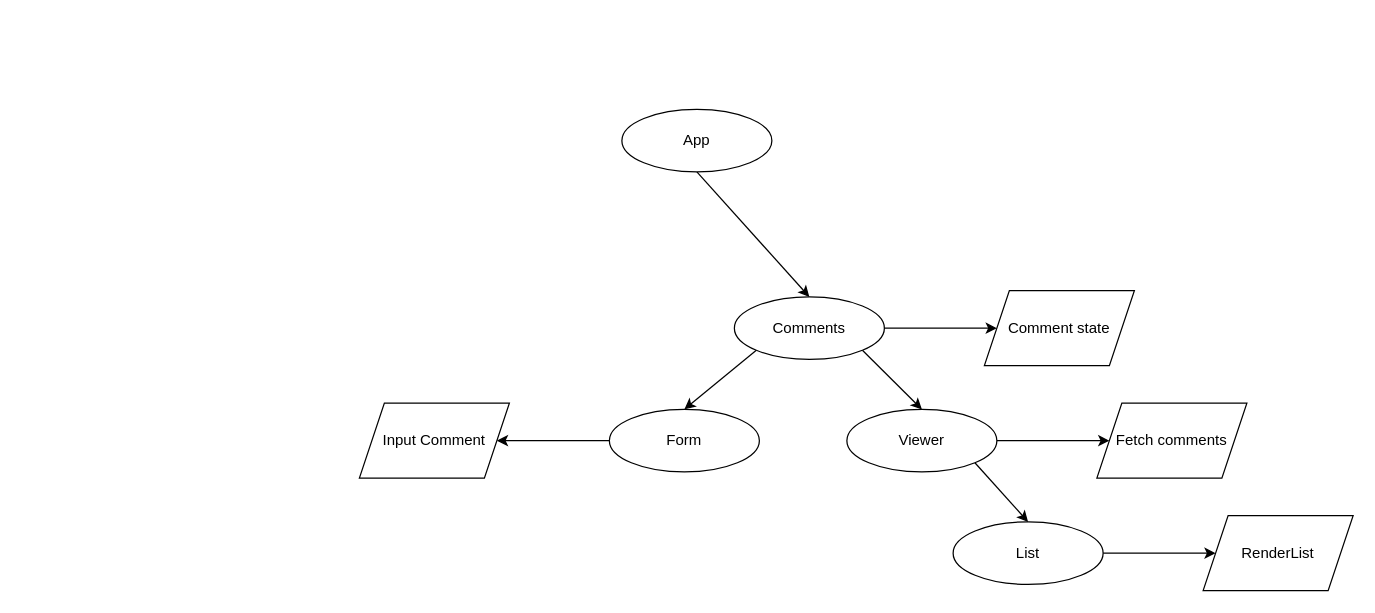
Earlier version of the draw.io diagram components.drawio (Luis0lo/My-React-Portfolio). Source tidied: cells renumbered, new cells numbered last; positions are measured from the earlier drawing's top-left corner, leaving out a move shared by most shapes. Both pictures are drawn from the tidied source at 125%, with x=0, y=0 at pixel (359, 109).
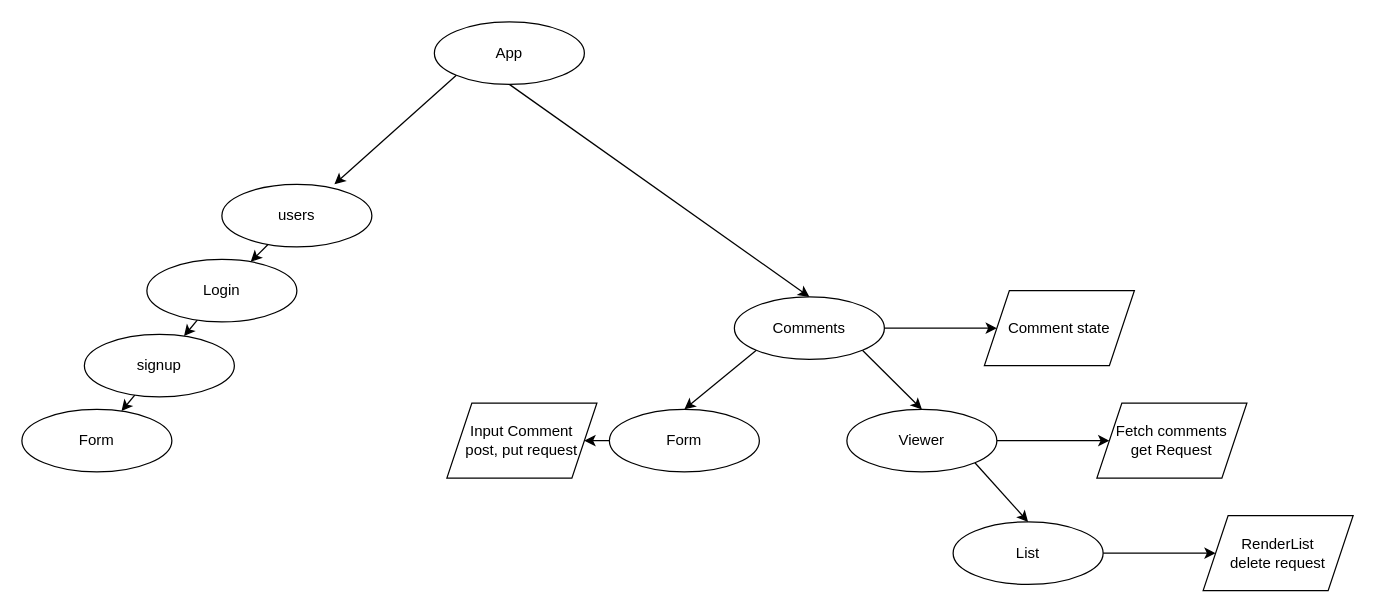
Above is the later version.

Commit message (it also covers changes not shown here):
component login plan

What changed in the source:
```diff
@@
+    <mxCell id="19" style="edgeStyle=none;html=1;exitX=0;exitY=1;exitDx=0;exitDy=0;entryX=0.75;entryY=0;entryDx=0;entryDy=0;entryPerimeter=0;" parent="1" edge="1" source="15" target="21">
+      <mxGeometry relative="1" as="geometry" />
+    </mxCell>
     <mxCell id="15" value="App" style="ellipse;whiteSpace=wrap;html=1;" parent="1" vertex="1">
-      <mxGeometry x="210" width="120" height="50" as="geometry" />
+      <mxGeometry x="60" y="-70" width="120" height="50" as="geometry" />
     </mxCell>
-    <mxCell id="16" value="RenderList" style="shape=parallelogram;perimeter=parallelogramPerimeter;whiteSpace=wrap;html=1;fixedSize=1;" parent="1" vertex="1">
+    <mxCell id="16" value="RenderList&lt;br&gt;delete request" style="shape=parallelogram;perimeter=parallelogramPerimeter;whiteSpace=wrap;html=1;fixedSize=1;" parent="1" vertex="1">
       <mxGeometry x="675" y="325" width="120" height="60" as="geometry" />
     </mxCell>
-    <mxCell id="17" value="Fetch comments" style="shape=parallelogram;perimeter=parallelogramPerimeter;whiteSpace=wrap;html=1;fixedSize=1;" parent="1" vertex="1">
+    <mxCell id="17" value="Fetch comments&lt;br&gt;get Request" style="shape=parallelogram;perimeter=parallelogramPerimeter;whiteSpace=wrap;html=1;fixedSize=1;" parent="1" vertex="1">
       <mxGeometry x="590" y="235" width="120" height="60" as="geometry" />
     </mxCell>
-    <mxCell id="18" value="Input Comment" style="shape=parallelogram;perimeter=parallelogramPerimeter;whiteSpace=wrap;html=1;fixedSize=1;" parent="1" vertex="1">
-      <mxGeometry y="235" width="120" height="60" as="geometry" />
+    <mxCell id="18" value="Input Comment&lt;br&gt;post, put request" style="shape=parallelogram;perimeter=parallelogramPerimeter;whiteSpace=wrap;html=1;fixedSize=1;" parent="1" vertex="1">
+      <mxGeometry x="70" y="235" width="120" height="60" as="geometry" />
     </mxCell>
+    <mxCell id="20" style="edgeStyle=none;html=1;" parent="1" edge="1" source="21" target="25">
+      <mxGeometry relative="1" as="geometry" />
+    </mxCell>
+    <mxCell id="21" value="users" style="ellipse;whiteSpace=wrap;html=1;" parent="1" vertex="1">
+      <mxGeometry x="-110" y="60" width="120" height="50" as="geometry" />
+    </mxCell>
+    <mxCell id="22" style="edgeStyle=none;html=1;" parent="1" edge="1" source="23" target="26">
+      <mxGeometry relative="1" as="geometry" />
+    </mxCell>
+    <mxCell id="23" value="signup" style="ellipse;whiteSpace=wrap;html=1;" parent="1" vertex="1">
+      <mxGeometry x="-220" y="180" width="120" height="50" as="geometry" />
+    </mxCell>
+    <mxCell id="24" style="edgeStyle=none;html=1;" parent="1" edge="1" source="25" target="23">
+      <mxGeometry relative="1" as="geometry" />
+    </mxCell>
+    <mxCell id="25" value="Login" style="ellipse;whiteSpace=wrap;html=1;" parent="1" vertex="1">
+      <mxGeometry x="-170" y="120" width="120" height="50" as="geometry" />
+    </mxCell>
+    <mxCell id="26" value="Form" style="ellipse;whiteSpace=wrap;html=1;" parent="1" vertex="1">
+      <mxGeometry x="-270" y="240" width="120" height="50" as="geometry" />
+    </mxCell>
```
